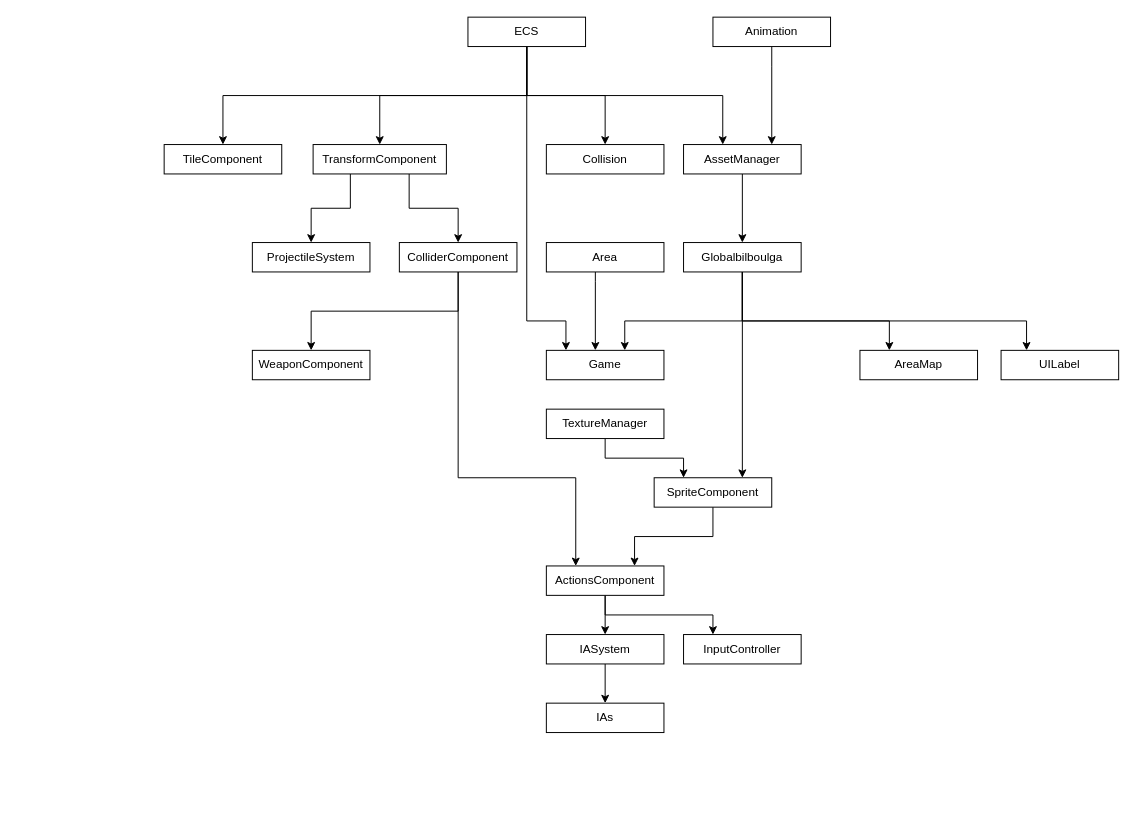
This is UML/Includes.drawio from abastienIIT/Roguelike, a draw.io file, before an edit. Source tidied: cells renumbered, new cells numbered last; positions are measured from the earlier drawing's top-left corner, leaving out a move shared by most shapes. Both pictures are drawn from the tidied source at 98%, with x=0, y=0 at pixel (164, 17).
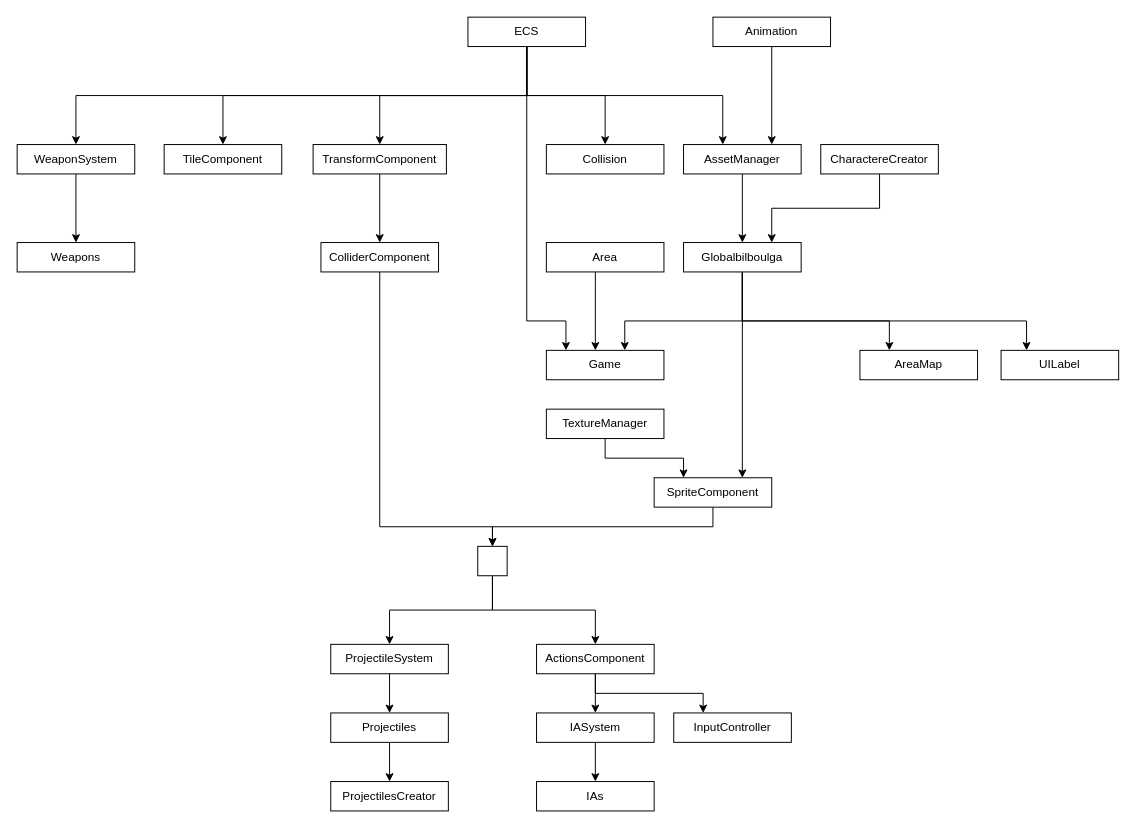
Above is the later version.

Unchanged cells that the change refers to:
```xml
<mxCell id="4" value="TransformComponent" style="rounded=0;whiteSpace=wrap;html=1;" parent="1" vertex="1">
  <mxGeometry x="152" y="130" width="136" height="30" as="geometry" />
</mxCell>
<mxCell id="6" value="SpriteComponent" style="rounded=0;whiteSpace=wrap;html=1;" parent="1" vertex="1">
  <mxGeometry x="500" y="470" width="120" height="30" as="geometry" />
</mxCell>
<mxCell id="28" value="Globalbilboulga" style="rounded=0;whiteSpace=wrap;html=1;" parent="1" vertex="1">
  <mxGeometry x="530" y="230" width="120" height="30" as="geometry" />
</mxCell>
<mxCell id="37" value="ECS" style="rounded=0;whiteSpace=wrap;html=1;" parent="1" vertex="1">
  <mxGeometry x="310" width="120" height="30" as="geometry" />
</mxCell>
```

Diff of the diagram source:
```diff
@@
-    <mxCell id="2" style="edgeStyle=orthogonalEdgeStyle;rounded=0;jettySize=auto;html=1;" parent="1" edge="1" source="4" target="17">
-      <mxGeometry relative="1" as="geometry">
-        <Array as="points">
-          <mxPoint x="190" y="195" />
-          <mxPoint x="150" y="195" />
-        </Array>
-      </mxGeometry>
-    </mxCell>
     <mxCell id="3" style="edgeStyle=orthogonalEdgeStyle;rounded=0;jettySize=auto;html=1;" parent="1" edge="1" source="4" target="9">
-      <mxGeometry relative="1" as="geometry">
-        <Array as="points">
-          <mxPoint x="250" y="195" />
-          <mxPoint x="300" y="195" />
-        </Array>
-      </mxGeometry>
+      <mxGeometry relative="1" as="geometry" />
     </mxCell>
@@
-    <mxCell id="5" style="edgeStyle=orthogonalEdgeStyle;rounded=0;jettySize=auto;html=1;exitX=0.5;exitY=1;exitDx=0;exitDy=0;entryX=0.75;entryY=0;entryDx=0;entryDy=0;" parent="1" edge="1" source="6" target="13">
-      <mxGeometry relative="1" as="geometry" />
-    </mxCell>
+    <mxCell id="43" style="edgeStyle=orthogonalEdgeStyle;rounded=0;jettySize=auto;html=1;exitX=0.5;exitY=1;exitDx=0;exitDy=0;" parent="1" edge="1" source="6" target="56">
+      <mxGeometry relative="1" as="geometry" />
+    </mxCell>
@@
-    <mxCell id="7" style="edgeStyle=orthogonalEdgeStyle;rounded=0;jettySize=auto;html=1;" parent="1" edge="1" source="9" target="18">
-      <mxGeometry relative="1" as="geometry">
-        <Array as="points">
-          <mxPoint x="300" y="300" />
-          <mxPoint x="150" y="300" />
-        </Array>
-      </mxGeometry>
-    </mxCell>
-    <mxCell id="8" style="edgeStyle=orthogonalEdgeStyle;rounded=0;jettySize=auto;html=1;" parent="1" edge="1" source="9" target="13">
-      <mxGeometry relative="1" as="geometry">
-        <Array as="points">
-          <mxPoint x="300" y="470" />
-          <mxPoint x="420" y="470" />
-        </Array>
-      </mxGeometry>
-    </mxCell>
+    <mxCell id="44" style="edgeStyle=orthogonalEdgeStyle;rounded=0;jettySize=auto;html=1;exitX=0.5;exitY=1;exitDx=0;exitDy=0;entryX=0.5;entryY=0;entryDx=0;entryDy=0;" parent="1" edge="1" source="9" target="56">
+      <mxGeometry relative="1" as="geometry">
+        <Array as="points">
+          <mxPoint x="220" y="520" />
+          <mxPoint x="335" y="520" />
+        </Array>
+      </mxGeometry>
+    </mxCell>
     <mxCell id="9" value="ColliderComponent" style="rounded=0;whiteSpace=wrap;html=1;" parent="1" vertex="1">
-      <mxGeometry x="240" y="230" width="120" height="30" as="geometry" />
+      <mxGeometry x="160" y="230" width="120" height="30" as="geometry" />
     </mxCell>
@@
     <mxCell id="13" value="ActionsComponent" style="rounded=0;whiteSpace=wrap;html=1;" parent="1" vertex="1">
-      <mxGeometry x="390" y="560" width="120" height="30" as="geometry" />
+      <mxGeometry x="380" y="640" width="120" height="30" as="geometry" />
     </mxCell>
     <mxCell id="14" value="InputController" style="rounded=0;whiteSpace=wrap;html=1;" parent="1" vertex="1">
-      <mxGeometry x="530" y="630" width="120" height="30" as="geometry" />
+      <mxGeometry x="520" y="710" width="120" height="30" as="geometry" />
     </mxCell>
@@
     <mxCell id="16" value="IASystem" style="rounded=0;whiteSpace=wrap;html=1;" parent="1" vertex="1">
-      <mxGeometry x="390" y="630" width="120" height="30" as="geometry" />
+      <mxGeometry x="380" y="710" width="120" height="30" as="geometry" />
     </mxCell>
-    <mxCell id="17" value="ProjectileSystem" style="rounded=0;whiteSpace=wrap;html=1;" parent="1" vertex="1">
-      <mxGeometry x="90" y="230" width="120" height="30" as="geometry" />
-    </mxCell>
-    <mxCell id="18" value="WeaponComponent" style="rounded=0;whiteSpace=wrap;html=1;" parent="1" vertex="1">
-      <mxGeometry x="90" y="340" width="120" height="30" as="geometry" />
-    </mxCell>
@@
+    <mxCell id="45" style="edgeStyle=orthogonalEdgeStyle;rounded=0;jettySize=auto;html=1;exitX=0.5;exitY=1;exitDx=0;exitDy=0;entryX=0.5;entryY=0;entryDx=0;entryDy=0;" parent="1" edge="1" source="37" target="52">
+      <mxGeometry relative="1" as="geometry" />
+    </mxCell>
@@
     <mxCell id="40" value="IAs" style="rounded=0;whiteSpace=wrap;html=1;" parent="1" vertex="1">
-      <mxGeometry x="390" y="700" width="120" height="30" as="geometry" />
+      <mxGeometry x="380" y="780" width="120" height="30" as="geometry" />
     </mxCell>
@@
+    <mxCell id="46" style="edgeStyle=orthogonalEdgeStyle;rounded=0;jettySize=auto;html=1;exitX=0.5;exitY=1;exitDx=0;exitDy=0;entryX=0.75;entryY=0;entryDx=0;entryDy=0;" parent="1" edge="1" source="47" target="28">
+      <mxGeometry relative="1" as="geometry" />
+    </mxCell>
+    <mxCell id="47" value="CharactereCreator" style="rounded=0;whiteSpace=wrap;html=1;" parent="1" vertex="1">
+      <mxGeometry x="670" y="130" width="120" height="30" as="geometry" />
+    </mxCell>
+    <mxCell id="48" style="edgeStyle=orthogonalEdgeStyle;rounded=0;jettySize=auto;html=1;" parent="1" edge="1" source="17" target="50">
+      <mxGeometry relative="1" as="geometry" />
+    </mxCell>
+    <mxCell id="17" value="ProjectileSystem" style="rounded=0;whiteSpace=wrap;html=1;" parent="1" vertex="1">
+      <mxGeometry x="170" y="640" width="120" height="30" as="geometry" />
+    </mxCell>
+    <mxCell id="49" style="edgeStyle=orthogonalEdgeStyle;rounded=0;jettySize=auto;html=1;" parent="1" edge="1" source="50" target="57">
+      <mxGeometry relative="1" as="geometry" />
+    </mxCell>
+    <mxCell id="50" value="Projectiles" style="rounded=0;whiteSpace=wrap;html=1;" parent="1" vertex="1">
+      <mxGeometry x="170" y="710" width="120" height="30" as="geometry" />
+    </mxCell>
+    <mxCell id="51" style="edgeStyle=orthogonalEdgeStyle;rounded=0;jettySize=auto;html=1;" parent="1" edge="1" source="52" target="53">
+      <mxGeometry relative="1" as="geometry" />
+    </mxCell>
+    <mxCell id="52" value="WeaponSystem" style="rounded=0;whiteSpace=wrap;html=1;" parent="1" vertex="1">
+      <mxGeometry x="-150" y="130" width="120" height="30" as="geometry" />
+    </mxCell>
+    <mxCell id="53" value="Weapons" style="rounded=0;whiteSpace=wrap;html=1;" parent="1" vertex="1">
+      <mxGeometry x="-150" y="230" width="120" height="30" as="geometry" />
+    </mxCell>
+    <mxCell id="54" style="edgeStyle=orthogonalEdgeStyle;rounded=0;jettySize=auto;html=1;exitX=0.5;exitY=1;exitDx=0;exitDy=0;entryX=0.5;entryY=0;entryDx=0;entryDy=0;" parent="1" edge="1" source="56" target="17">
+      <mxGeometry relative="1" as="geometry" />
+    </mxCell>
+    <mxCell id="55" style="edgeStyle=orthogonalEdgeStyle;rounded=0;jettySize=auto;html=1;exitX=0.5;exitY=1;exitDx=0;exitDy=0;entryX=0.5;entryY=0;entryDx=0;entryDy=0;" parent="1" edge="1" source="56" target="13">
+      <mxGeometry relative="1" as="geometry" />
+    </mxCell>
+    <mxCell id="56" style="whiteSpace=wrap;html=1;" parent="1" vertex="1">
+      <mxGeometry x="320" y="540" width="30" height="30" as="geometry" />
+    </mxCell>
+    <mxCell id="57" value="ProjectilesCreator" style="rounded=0;whiteSpace=wrap;html=1;" parent="1" vertex="1">
+      <mxGeometry x="170" y="780" width="120" height="30" as="geometry" />
+    </mxCell>
```
